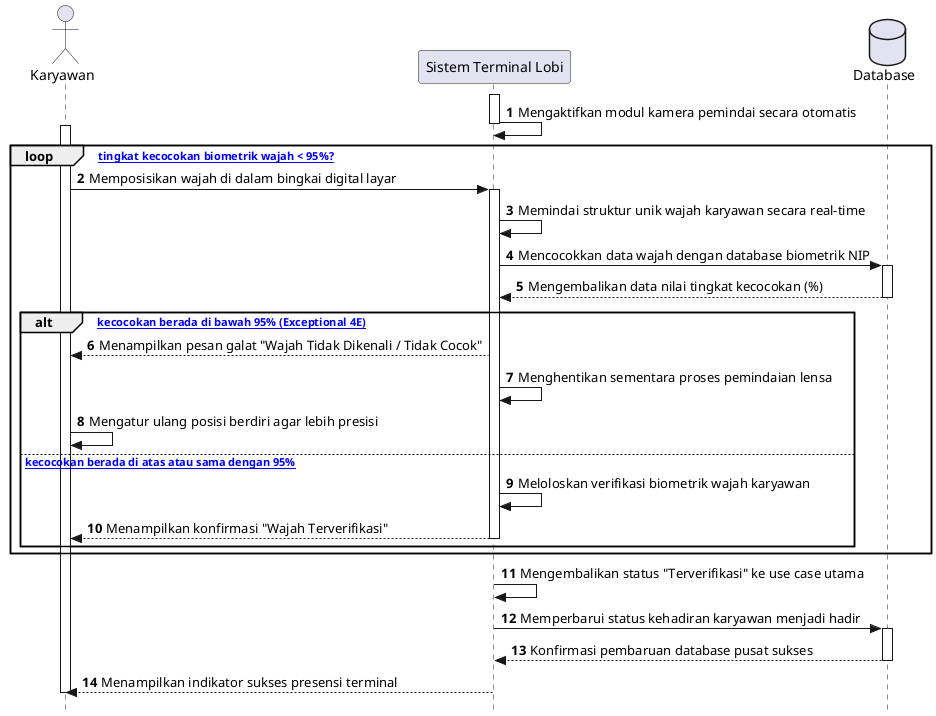
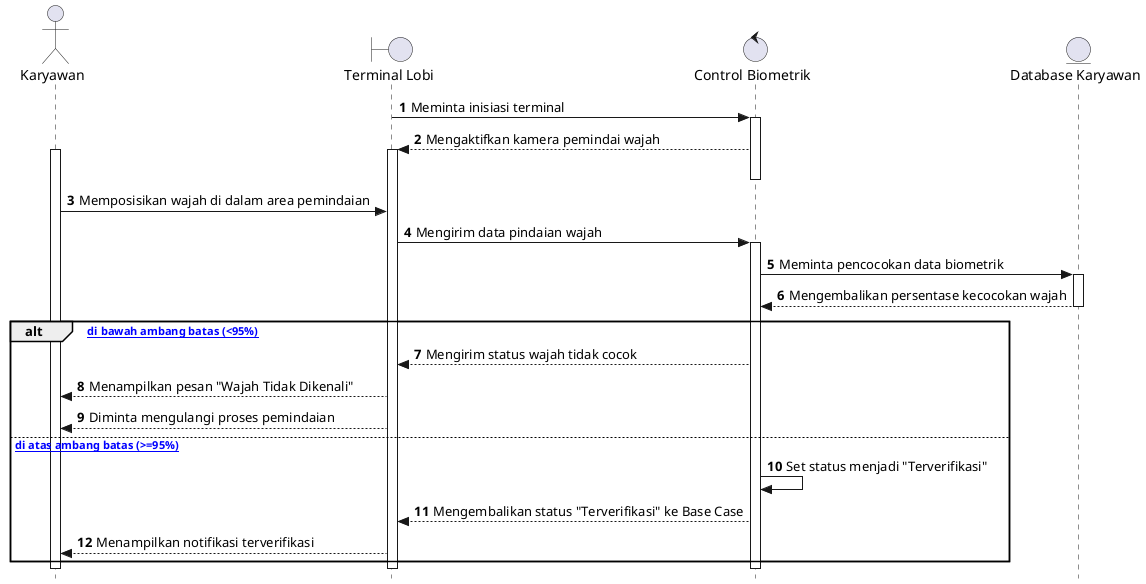
@startuml
autonumber
skinparam style strictuml

actor Karyawan
- participant "Sistem Terminal Lobi" as Sys
- database "Database" as DB
+ boundary "Terminal Lobi" as Form
+ control "Control Biometrik" as Ctrl
+ entity "Database Karyawan" as DB

- activate Sys
- Sys -> Sys: Mengaktifkan modul kamera pemindai secara otomatis
- deactivate Sys
+ Form -> Ctrl: Meminta inisiasi terminal
+ activate Ctrl
+ Ctrl --> Form: Mengaktifkan kamera pemindai wajah
+ activate Form
+ deactivate Ctrl

activate Karyawan
- loop [Apakah tingkat kecocokan biometrik wajah < 95%?]
-     Karyawan -> Sys: Memposisikan wajah di dalam bingkai digital layar
-     activate Sys
-     Sys -> Sys: Memindai struktur unik wajah karyawan secara real-time
-     Sys -> DB: Mencocokkan data wajah dengan database biometrik NIP
-     activate DB
-     DB --> Sys: Mengembalikan data nilai tingkat kecocokan (%)
-     deactivate DB
+ Karyawan -> Form: Memposisikan wajah di dalam area pemindaian
+ Form -> Ctrl: Mengirim data pindaian wajah
+ activate Ctrl
+ Ctrl -> DB: Meminta pencocokan data biometrik
+ activate DB
+ DB --> Ctrl: Mengembalikan persentase kecocokan wajah
+ deactivate DB

-     alt [Tingkat kecocokan berada di bawah 95% (Exceptional 4E)]
-         Sys --> Karyawan: Menampilkan pesan galat "Wajah Tidak Dikenali / Tidak Cocok"
-         Sys -> Sys: Menghentikan sementara proses pemindaian lensa
-         Karyawan -> Karyawan: Mengatur ulang posisi berdiri agar lebih presisi
-     else [Tingkat kecocokan berada di atas atau sama dengan 95%]
-         Sys -> Sys: Meloloskan verifikasi biometrik wajah karyawan
-         Sys --> Karyawan: Menampilkan konfirmasi "Wajah Terverifikasi"
-         deactivate Sys
-     end
+ alt [Kecocokan di bawah ambang batas (<95%)]
+     Ctrl --> Form: Mengirim status wajah tidak cocok
+     Form --> Karyawan: Menampilkan pesan "Wajah Tidak Dikenali"
+     Form --> Karyawan: Diminta mengulangi proses pemindaian
+ else [Kecocokan di atas ambang batas (>=95%)]
+     Ctrl -> Ctrl: Set status menjadi "Terverifikasi"
+     Ctrl --> Form: Mengembalikan status "Terverifikasi" ke Base Case
+     Form --> Karyawan: Menampilkan notifikasi terverifikasi
end

- activate Sys
- Sys -> Sys: Mengembalikan status "Terverifikasi" ke use case utama
- Sys -> DB: Memperbarui status kehadiran karyawan menjadi hadir
- activate DB
- DB --> Sys: Konfirmasi pembaruan database pusat sukses
- deactivate DB
- Sys --> Karyawan: Menampilkan indikator sukses presensi terminal
- deactivate Sys
+ deactivate Ctrl
+ deactivate Form
deactivate Karyawan
@enduml